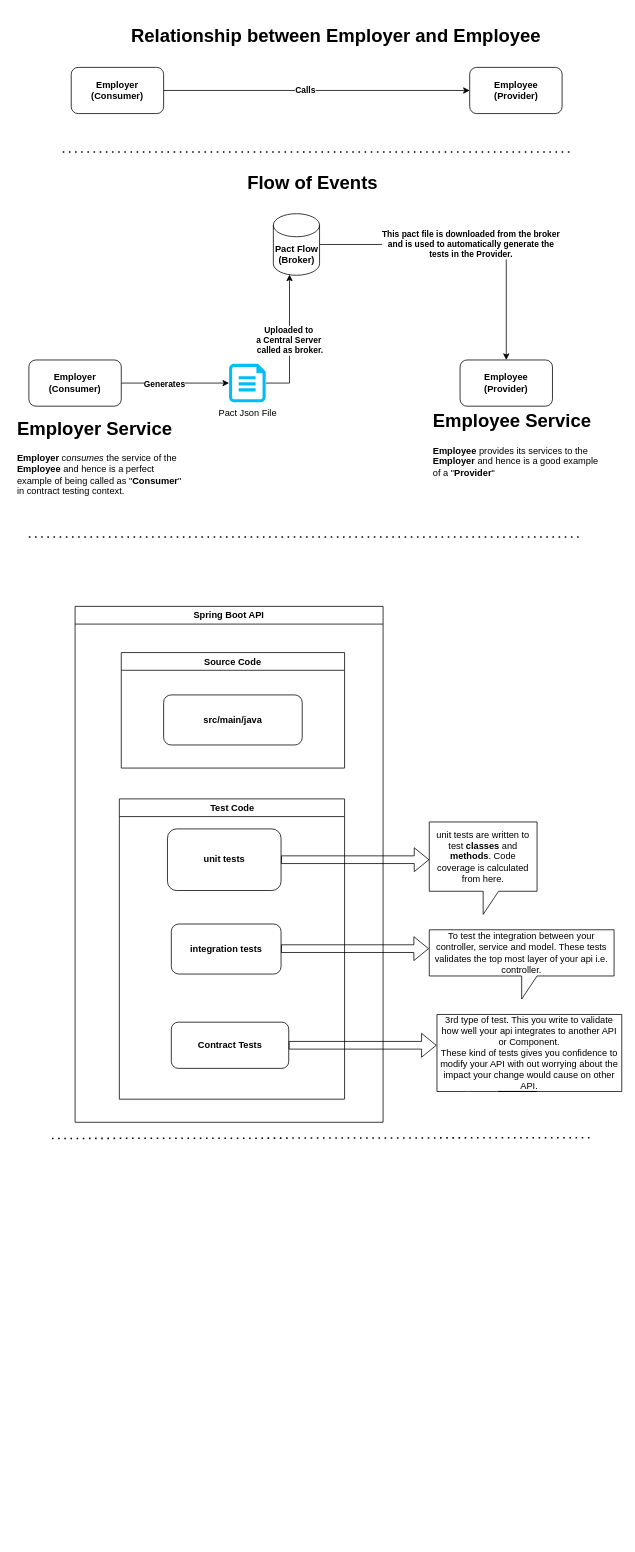
The draw.io diagram Untitled Diagram.drawio in akashdktyagi/pactflow-contract-testing-reference-app, before the edit. Source tidied: cells renumbered, new cells numbered last; positions are measured from the earlier drawing's top-left corner, leaving out a move shared by most shapes. Both pictures are drawn from the tidied source at 77%, with x=0, y=0 at pixel (13, 21).
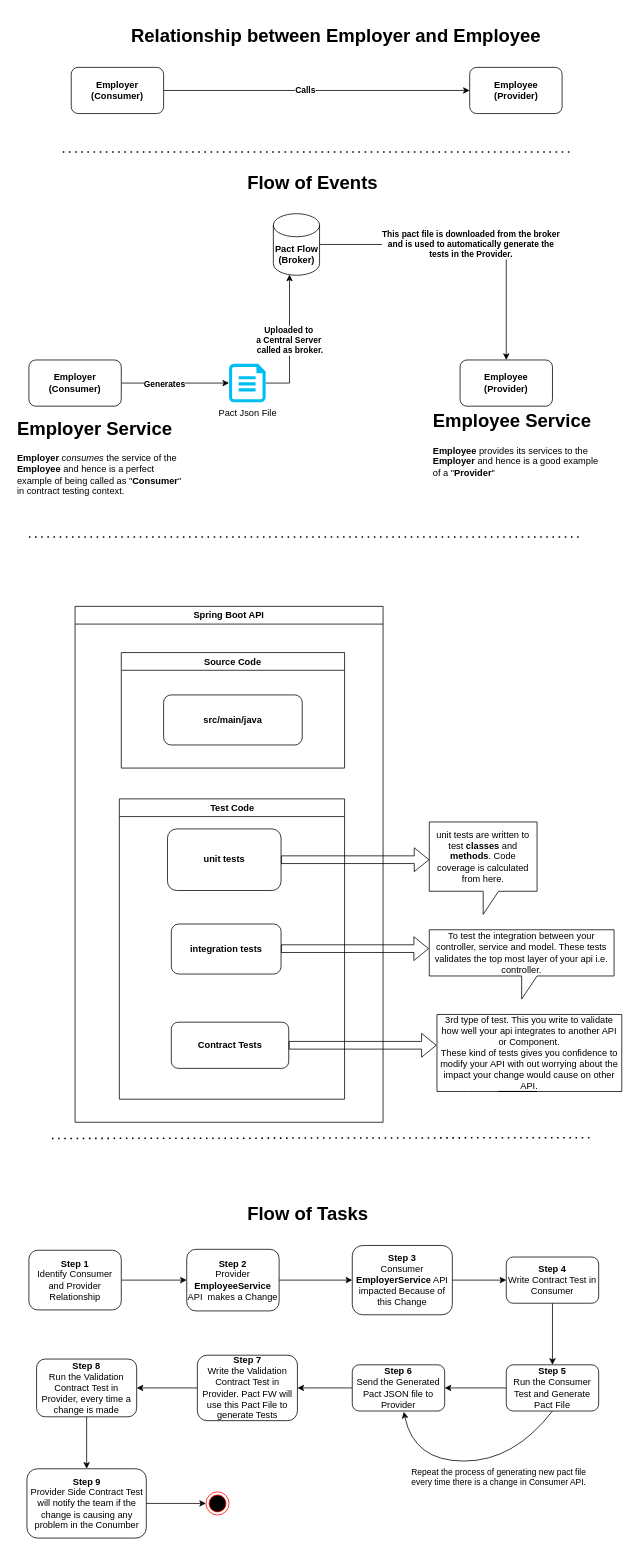
The same page after the edit.

What changed in the source:
```diff
@@
+    <mxCell id="34" style="edgeStyle=orthogonalEdgeStyle;rounded=0;jettySize=auto;html=1;" parent="1" edge="1" source="35" target="37">
+      <mxGeometry relative="1" as="geometry" />
+    </mxCell>
+    <mxCell id="35" value="&lt;b&gt;Step 1&lt;/b&gt;&lt;br&gt;Identify Consumer and Provider Relationship" style="rounded=1;whiteSpace=wrap;html=1;" parent="1" vertex="1">
+      <mxGeometry x="20" y="1596.2" width="120" height="77.5" as="geometry" />
+    </mxCell>
+    <mxCell id="36" style="edgeStyle=orthogonalEdgeStyle;rounded=0;jettySize=auto;html=1;" parent="1" edge="1" source="37" target="39">
+      <mxGeometry relative="1" as="geometry" />
+    </mxCell>
+    <mxCell id="37" value="&lt;b&gt;Step 2&lt;br&gt;&lt;/b&gt;Provider &lt;b&gt;EmployeeService&lt;/b&gt; API&amp;nbsp; makes a Change" style="rounded=1;whiteSpace=wrap;html=1;" parent="1" vertex="1">
+      <mxGeometry x="225" y="1595" width="120" height="80" as="geometry" />
+    </mxCell>
+    <mxCell id="38" style="edgeStyle=orthogonalEdgeStyle;rounded=0;jettySize=auto;html=1;" parent="1" edge="1" source="39" target="41">
+      <mxGeometry relative="1" as="geometry" />
+    </mxCell>
+    <mxCell id="39" value="&lt;b&gt;Step 3&lt;br&gt;&lt;/b&gt;Consumer &lt;b&gt;EmployerService&lt;/b&gt; API impacted Because of this Change" style="whiteSpace=wrap;html=1;rounded=1;" parent="1" vertex="1">
+      <mxGeometry x="440" y="1590" width="130" height="90" as="geometry" />
+    </mxCell>
+    <mxCell id="40" style="edgeStyle=orthogonalEdgeStyle;rounded=0;jettySize=auto;html=1;" parent="1" edge="1" source="41" target="43">
+      <mxGeometry relative="1" as="geometry" />
+    </mxCell>
+    <mxCell id="41" value="&lt;b&gt;Step 4&lt;br&gt;&lt;/b&gt;Write Contract Test in Consumer" style="whiteSpace=wrap;html=1;rounded=1;" parent="1" vertex="1">
+      <mxGeometry x="640" y="1605" width="120" height="60" as="geometry" />
+    </mxCell>
+    <mxCell id="42" style="edgeStyle=orthogonalEdgeStyle;rounded=0;jettySize=auto;html=1;" parent="1" edge="1" source="43" target="45">
+      <mxGeometry relative="1" as="geometry" />
+    </mxCell>
+    <mxCell id="43" value="&lt;b&gt;Step 5&lt;br&gt;&lt;/b&gt;Run the Consumer Test and Generate Pact File" style="whiteSpace=wrap;html=1;rounded=1;" parent="1" vertex="1">
+      <mxGeometry x="640" y="1745" width="120" height="60" as="geometry" />
+    </mxCell>
+    <mxCell id="44" style="edgeStyle=orthogonalEdgeStyle;rounded=0;jettySize=auto;html=1;" parent="1" edge="1" source="45" target="47">
+      <mxGeometry relative="1" as="geometry" />
+    </mxCell>
+    <mxCell id="45" value="&lt;b&gt;Step 6&lt;br&gt;&lt;/b&gt;Send the Generated Pact JSON file to Provider" style="whiteSpace=wrap;html=1;rounded=1;" parent="1" vertex="1">
+      <mxGeometry x="440" y="1745" width="120" height="60" as="geometry" />
+    </mxCell>
+    <mxCell id="46" style="edgeStyle=orthogonalEdgeStyle;rounded=0;jettySize=auto;html=1;" parent="1" edge="1" source="47" target="49">
+      <mxGeometry relative="1" as="geometry" />
+    </mxCell>
+    <mxCell id="47" value="&lt;b&gt;Step 7&lt;br&gt;&lt;/b&gt;Write the Validation Contract Test in Provider. Pact FW will use this Pact File to generate Tests" style="whiteSpace=wrap;html=1;rounded=1;" parent="1" vertex="1">
+      <mxGeometry x="238.8" y="1732.5" width="130" height="85" as="geometry" />
+    </mxCell>
+    <mxCell id="48" style="edgeStyle=orthogonalEdgeStyle;rounded=0;jettySize=auto;html=1;" parent="1" edge="1" source="49" target="51">
+      <mxGeometry relative="1" as="geometry" />
+    </mxCell>
+    <mxCell id="49" value="&lt;b&gt;Step 8&lt;br&gt;&lt;/b&gt;Run the Validation Contract Test in Provider, every time a change is made" style="whiteSpace=wrap;html=1;rounded=1;" parent="1" vertex="1">
+      <mxGeometry x="30" y="1737.5" width="130" height="75" as="geometry" />
+    </mxCell>
+    <mxCell id="50" style="edgeStyle=orthogonalEdgeStyle;rounded=0;jettySize=auto;html=1;" parent="1" edge="1" source="51" target="52">
+      <mxGeometry relative="1" as="geometry" />
+    </mxCell>
+    <mxCell id="51" value="&lt;b&gt;Step 9&lt;br&gt;&lt;/b&gt;Provider Side Contract Test will notify the team if the change is causing any problem in the Conumber" style="whiteSpace=wrap;html=1;rounded=1;" parent="1" vertex="1">
+      <mxGeometry x="17.5" y="1880" width="155" height="90" as="geometry" />
+    </mxCell>
+    <mxCell id="52" style="ellipse;html=1;shape=endState;fillColor=#000000;strokeColor=#ff0000;" parent="1" vertex="1">
+      <mxGeometry x="250" y="1910" width="30" height="30" as="geometry" />
+    </mxCell>
+    <mxCell id="53" value="&lt;h1&gt;Flow of Tasks&lt;/h1&gt;&lt;p&gt;&lt;br&gt;&lt;/p&gt;" style="text;html=1;strokeColor=none;fillColor=none;spacing=5;spacingTop=-20;whiteSpace=wrap;overflow=hidden;rounded=0;" parent="1" vertex="1">
+      <mxGeometry x="299" y="1530" width="177.5" height="40" as="geometry" />
+    </mxCell>
+    <mxCell id="54" style="curved=1;endArrow=classic;html=1;rounded=0;exitX=0.5;exitY=1;exitDx=0;exitDy=0;entryX=0.558;entryY=1.017;entryDx=0;entryDy=0;entryPerimeter=0;" parent="1" edge="1" source="43" target="45">
+      <mxGeometry relative="1" as="geometry">
+        <Array as="points">
+          <mxPoint x="650" y="1870" />
+          <mxPoint x="520" y="1870" />
+        </Array>
+      </mxGeometry>
+    </mxCell>
+    <mxCell id="55" value="Repeat the process of generating new pact file&lt;br&gt;every time there is a change in Consumer API." style="edgeLabel;html=1;align=center;verticalAlign=middle;" parent="54" vertex="1">
+      <mxGeometry x="0.13" y="-1" relative="1" as="geometry">
+        <mxPoint x="54" y="21" as="offset" />
+      </mxGeometry>
+    </mxCell>
```
